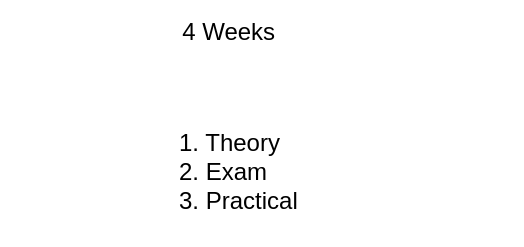
gonchigars/awesome-startup-credits keeps this draw.io diagram as page "Plan" (5 of 9) of Training.drawio. Above is the earlier version. Source tidied: cells renumbered, new cells numbered last; positions are measured from the earlier drawing's top-left corner, leaving out a move shared by most shapes. Both pictures are drawn from the tidied source at 100%, with x=0, y=0 at pixel (17, 17).
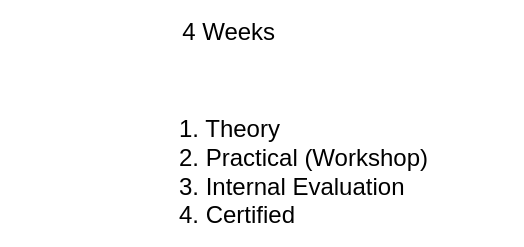
Above is the later version.

What changed in the source:
```diff
@@
 <mxGraphModel>
   <root>
     <mxCell id="0" />
     <mxCell id="1" parent="0" />
-    <mxCell id="2" value="&lt;font style=&quot;font-size: 24px&quot;&gt;1. Theory&lt;br&gt;2. Exam&lt;br&gt;3. Practical&lt;/font&gt;" style="text;html=1;strokeColor=none;fillColor=none;align=left;verticalAlign=middle;whiteSpace=wrap;rounded=0;" parent="1" vertex="1">
-      <mxGeometry x="160" y="100" width="250" height="110" as="geometry" />
+    <mxCell id="2" value="&lt;font style=&quot;font-size: 24px&quot;&gt;1. Theory&lt;br&gt;2. Practical (Workshop)&lt;br&gt;3. Internal Evaluation&lt;br&gt;4. Certified&lt;br&gt;&lt;/font&gt;" style="text;html=1;strokeColor=none;fillColor=none;align=left;verticalAlign=middle;whiteSpace=wrap;rounded=0;" parent="1" vertex="1">
+      <mxGeometry x="160" y="100" width="330" height="110" as="geometry" />
     </mxCell>
     <mxCell id="3" value="4 Weeks&amp;nbsp;" style="text;html=1;strokeColor=none;fillColor=none;align=center;verticalAlign=middle;whiteSpace=wrap;rounded=0;fontSize=24;" parent="1" vertex="1">
       <mxGeometry width="430" height="30" as="geometry" />
     </mxCell>
   </root>
 </mxGraphModel>
```
